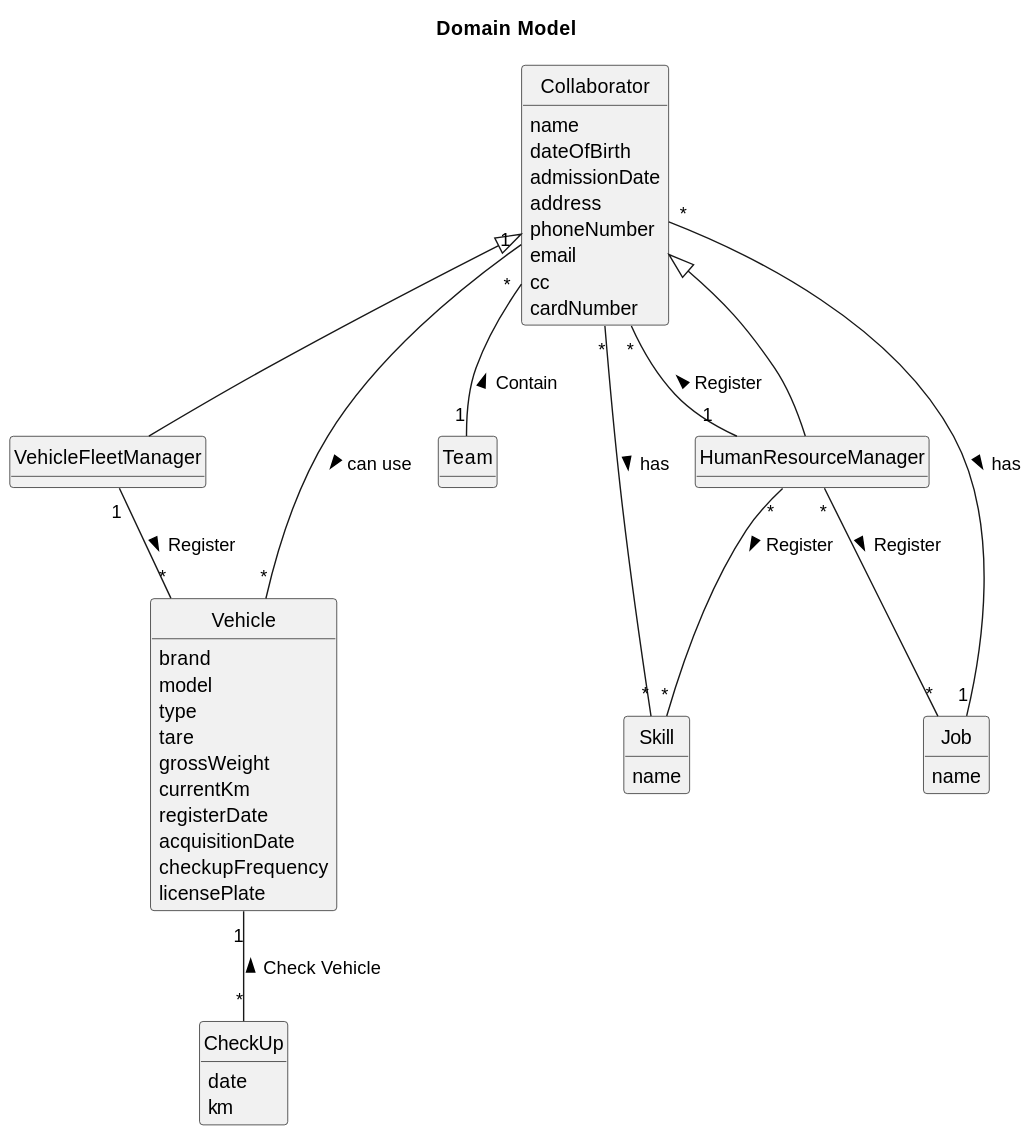
Earlier version of the PlantUML export docs/sprintA/global-artifacts/02.analysis/svg/project-domain-model.svg (Departamento-de-Engenharia-Informatica/lei-24-s2-1db-g022). The source it was exported from:
```plantuml
@startuml
skinparam monochrome true
skinparam packageStyle rectangle
skinparam shadowing false
skinparam classAttributeIconSize 0
hide circle
hide methods

title Domain Model




class Collaborator {
    name
    dateOfBirth
    admissionDate
    address
    phoneNumber
    email
    cc
    cardNumber

}
class VehicleFleetManager {

}
class HumanResourceManager {


}

class Team{

}

class Vehicle{
    brand
    model
    type
    tare
    grossWeight
    currentKm
    registerDate
    acquisitionDate
    checkupFrequency
    licensePlate
}

class CheckUp{
    date
    km
}

class Skill{
    name
}

class Job{
    name
}


Collaborator  <|--  HumanResourceManager
Collaborator <|-- VehicleFleetManager
HumanResourceManager "1" -- "*" Collaborator : Register >
Collaborator "1" -- "*" Vehicle : can use >
Collaborator "*" -- "1" Team : Contain <
Vehicle "1" -- "*" CheckUp :  Check Vehicle <
HumanResourceManager "*" -- "*" Skill : Register >
Skill "*" -- "*" Collaborator : has <
Job "1" -- "*" Collaborator : has <
HumanResourceManager "*" -- "*" Job : Register >
VehicleFleetManager "1" -- "*" Vehicle : Register >
@enduml
```
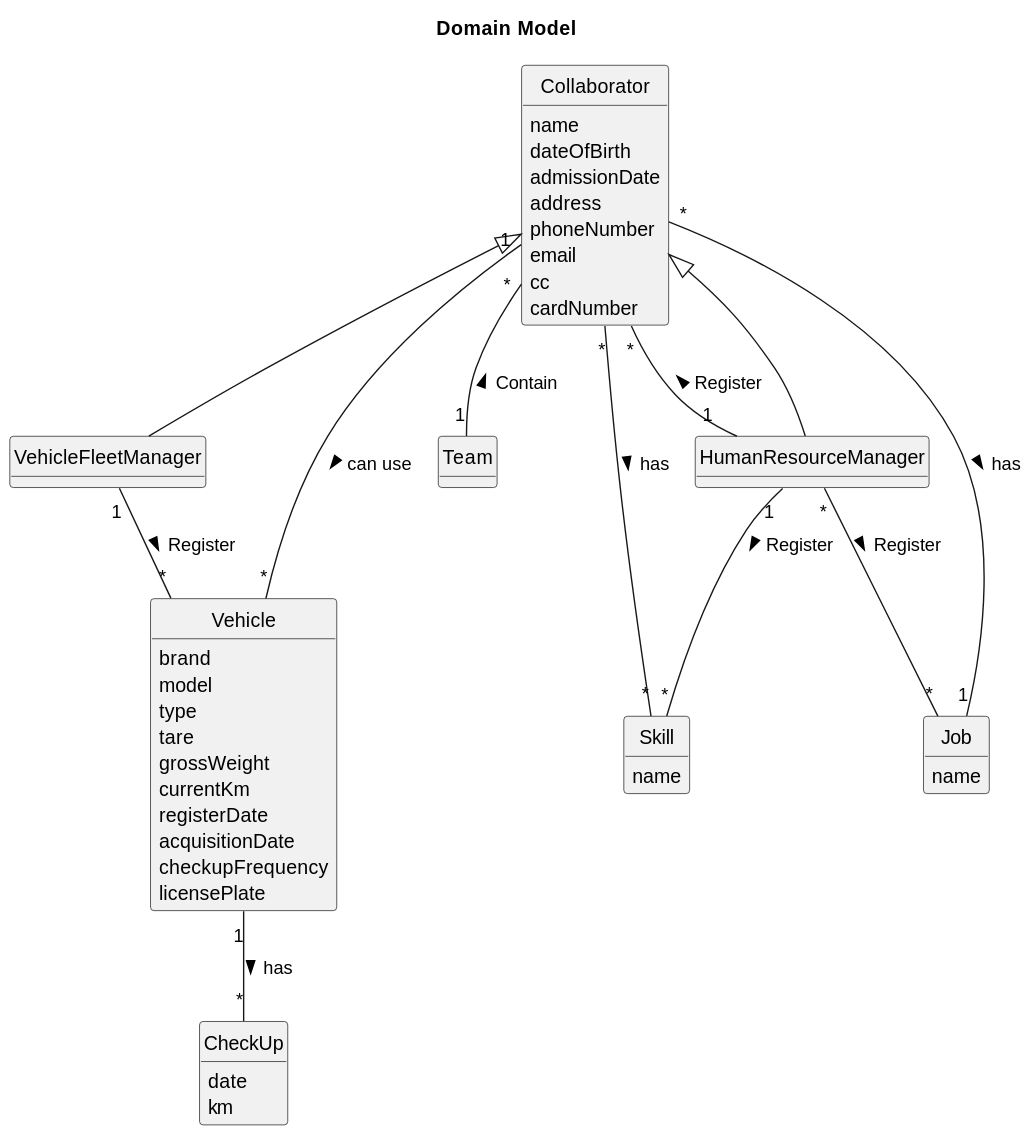
After the change.

Commit message:
Domain model image update

Diff of the diagram source:
```diff
@@ -7,8 +7,6 @@
 hide methods
 
 title Domain Model
-
-
 
 
 class Collaborator {
@@ -66,8 +64,8 @@
 HumanResourceManager "1" -- "*" Collaborator : Register >
 Collaborator "1" -- "*" Vehicle : can use >
 Collaborator "*" -- "1" Team : Contain <
-Vehicle "1" -- "*" CheckUp :  Check Vehicle <
-HumanResourceManager "*" -- "*" Skill : Register >
+Vehicle "1" -- "*" CheckUp :  has >
+HumanResourceManager "1" -- "*" Skill : Register >
 Skill "*" -- "*" Collaborator : has <
 Job "1" -- "*" Collaborator : has <
 HumanResourceManager "*" -- "*" Job : Register >
```
